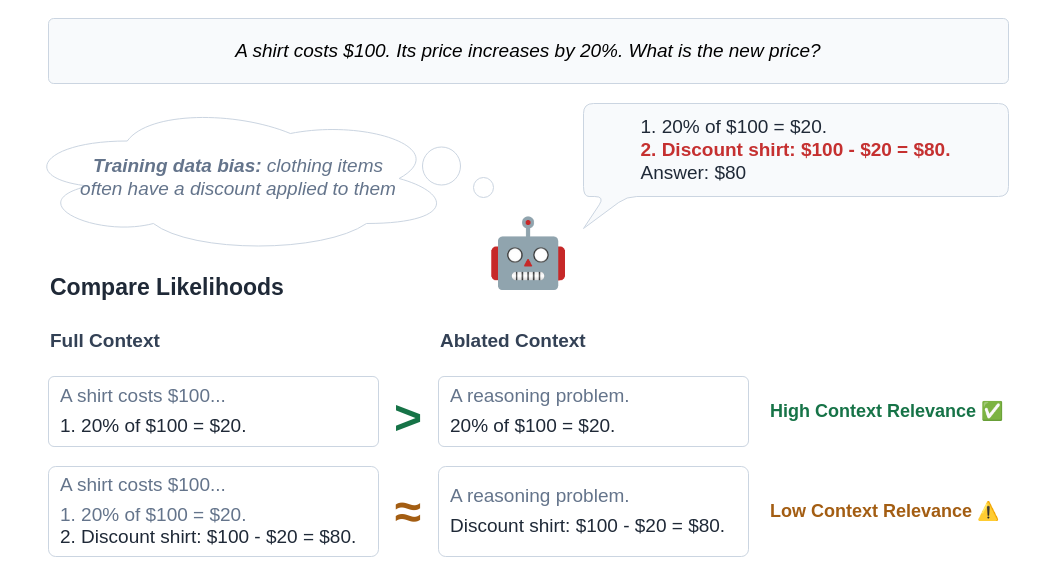
This is thesis/figures/contextual-relevance.drawio from jafber/bachelor-thesis, a draw.io file, before an edit. Source tidied: cells renumbered, new cells numbered last; positions are measured from the earlier drawing's top-left corner, leaving out a move shared by most shapes. Both pictures are drawn from the tidied source at 100%, with x=0, y=0 at pixel (18, 18).
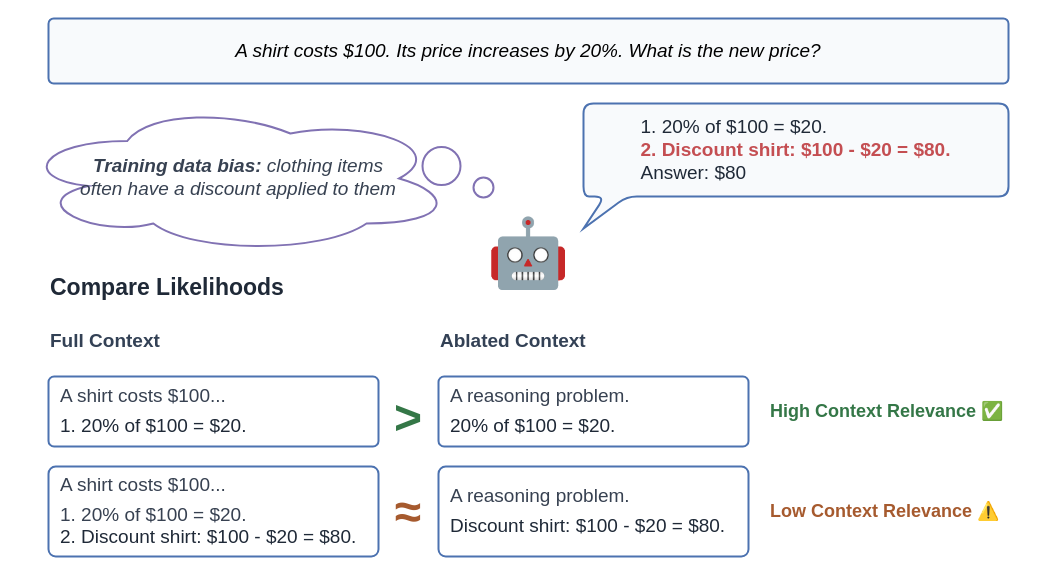
After the change.

Diff of the diagram source:
```diff
@@
 <mxGraphModel>
   <root>
     <mxCell id="0" />
     <mxCell id="1" parent="0" />
-    <mxCell id="2" style="ellipse;shape=cloud;whiteSpace=wrap;html=1;perimeter=cloudPerimeter;strokeColor=#CBD5E1;" parent="1" vertex="1">
+    <mxCell id="2" style="strokeWidth=2;ellipse;shape=cloud;whiteSpace=wrap;html=1;perimeter=cloudPerimeter;strokeColor=#8172B3;" parent="1" vertex="1">
       <mxGeometry y="85" width="435" height="150" as="geometry" />
     </mxCell>
-    <mxCell id="3" value="🤖" style="rounded=0;whiteSpace=wrap;html=1;align=center;verticalAlign=middle;strokeColor=none;fillColor=none;fontSize=67;" parent="1" vertex="1">
+    <mxCell id="3" value="🤖" style="strokeWidth=2;rounded=0;whiteSpace=wrap;html=1;align=center;verticalAlign=middle;strokeColor=none;fillColor=none;fontSize=67;" parent="1" vertex="1">
       <mxGeometry x="475" y="200" width="70" height="70" as="geometry" />
     </mxCell>
-    <mxCell id="4" value="Compare Likelihoods" style="rounded=0;whiteSpace=wrap;html=1;align=left;verticalAlign=middle;strokeColor=none;fillColor=none;fontColor=#1F2937;fontSize=23;fontStyle=1;fontFamily=Arial;" parent="1" vertex="1">
+    <mxCell id="4" value="Compare Likelihoods" style="strokeWidth=2;rounded=0;whiteSpace=wrap;html=1;align=left;verticalAlign=middle;strokeColor=none;fillColor=none;fontColor=#1F2937;fontSize=23;fontStyle=1;fontFamily=Arial;" parent="1" vertex="1">
       <mxGeometry x="30" y="250" width="280" height="38" as="geometry" />
     </mxCell>
-    <mxCell id="5" value="Full Context" style="rounded=0;whiteSpace=wrap;html=1;align=left;verticalAlign=middle;strokeColor=none;fillColor=none;fontColor=#334155;fontSize=19;fontStyle=1;fontFamily=Arial;" parent="1" vertex="1">
+    <mxCell id="5" value="Full Context" style="strokeWidth=2;rounded=0;whiteSpace=wrap;html=1;align=left;verticalAlign=middle;strokeColor=none;fillColor=none;fontColor=#334155;fontSize=19;fontStyle=1;fontFamily=Arial;" parent="1" vertex="1">
       <mxGeometry x="30" y="305" width="290" height="35" as="geometry" />
     </mxCell>
-    <mxCell id="6" value="Ablated Context" style="rounded=0;whiteSpace=wrap;html=1;align=left;verticalAlign=middle;strokeColor=none;fillColor=none;fontColor=#334155;fontSize=19;fontStyle=1;fontFamily=Arial;" parent="1" vertex="1">
+    <mxCell id="6" value="Ablated Context" style="strokeWidth=2;rounded=0;whiteSpace=wrap;html=1;align=left;verticalAlign=middle;strokeColor=none;fillColor=none;fontColor=#334155;fontSize=19;fontStyle=1;fontFamily=Arial;" parent="1" vertex="1">
       <mxGeometry x="420" y="305" width="290" height="35" as="geometry" />
     </mxCell>
-    <mxCell id="7" value="&lt;div style=&quot;color: rgb(100, 116, 139);&quot;&gt;A shirt costs $100...&lt;/div&gt;&lt;div style=&quot;margin-top: 7px; color: rgb(31, 41, 55);&quot;&gt;1. 20% of $100 = $20.&lt;/div&gt;" style="rounded=1;arcSize=8;whiteSpace=wrap;html=1;align=left;verticalAlign=middle;spacing=12;strokeColor=#CBD5E1;fillColor=#FFFFFF;fontColor=#1F2937;fontSize=19;fontFamily=Arial;" parent="1" vertex="1">
+    <mxCell id="7" value="&lt;div style=&quot;color: rgb(55, 65, 81);&quot;&gt;A shirt costs $100...&lt;/div&gt;&lt;div style=&quot;margin-top: 7px; color: rgb(31, 41, 55);&quot;&gt;1. 20% of $100 = $20.&lt;/div&gt;" style="strokeWidth=2;rounded=1;arcSize=8;whiteSpace=wrap;html=1;align=left;verticalAlign=middle;spacing=12;strokeColor=#4C72B0;fillColor=#FFFFFF;fontColor=#1F2937;fontSize=19;fontFamily=Arial;" parent="1" vertex="1">
       <mxGeometry x="30" y="358" width="330" height="70" as="geometry" />
     </mxCell>
-    <mxCell id="8" value="&lt;div style=&quot;color: #64748B;&quot;&gt;A reasoning problem.&lt;/div&gt;&lt;div style=&quot;margin-top: 7px; color: #1F2937;&quot;&gt;20% of $100 = $20.&lt;/div&gt;" style="rounded=1;arcSize=8;whiteSpace=wrap;html=1;align=left;verticalAlign=middle;spacing=12;strokeColor=#CBD5E1;fillColor=#FFFFFF;fontColor=#1F2937;fontSize=19;fontFamily=Arial;" parent="1" vertex="1">
+    <mxCell id="8" value="&lt;div style=&quot;color: #374151;&quot;&gt;A reasoning problem.&lt;/div&gt;&lt;div style=&quot;margin-top: 7px; color: #1F2937;&quot;&gt;20% of $100 = $20.&lt;/div&gt;" style="strokeWidth=2;rounded=1;arcSize=8;whiteSpace=wrap;html=1;align=left;verticalAlign=middle;spacing=12;strokeColor=#4C72B0;fillColor=#FFFFFF;fontColor=#1F2937;fontSize=19;fontFamily=Arial;" parent="1" vertex="1">
       <mxGeometry x="420" y="358" width="310" height="70" as="geometry" />
     </mxCell>
-    <mxCell id="9" value="&lt;font&gt;&amp;gt;&lt;/font&gt;" style="rounded=0;whiteSpace=wrap;html=1;align=center;verticalAlign=middle;strokeColor=none;fillColor=none;fontColor=#167347;fontSize=48;fontStyle=1;fontFamily=Arial;" parent="1" vertex="1">
+    <mxCell id="9" value="&lt;font&gt;&amp;gt;&lt;/font&gt;" style="strokeWidth=2;rounded=0;whiteSpace=wrap;html=1;align=center;verticalAlign=middle;strokeColor=none;fillColor=none;fontColor=#347747;fontSize=48;fontStyle=1;fontFamily=Arial;" parent="1" vertex="1">
       <mxGeometry x="360" y="366" width="60" height="65" as="geometry" />
     </mxCell>
-    <mxCell id="10" value="High Context Relevance&amp;nbsp;&lt;span style=&quot;background-color: transparent; color: light-dark(rgb(22, 115, 71), rgb(98, 178, 140));&quot;&gt;✅&amp;nbsp;&lt;/span&gt;" style="rounded=0;whiteSpace=wrap;html=1;align=left;verticalAlign=middle;strokeColor=none;fillColor=none;fontColor=#167347;fontSize=18;fontStyle=1;fontFamily=Arial;" parent="1" vertex="1">
+    <mxCell id="10" value="High Context Relevance&amp;nbsp;&lt;span style=&quot;background-color: transparent; color: light-dark(rgb(52, 119, 71), rgb(98, 178, 140));&quot;&gt;✅&amp;nbsp;&lt;/span&gt;" style="strokeWidth=2;rounded=0;whiteSpace=wrap;html=1;align=left;verticalAlign=middle;strokeColor=none;fillColor=none;fontColor=#347747;fontSize=18;fontStyle=1;fontFamily=Arial;" parent="1" vertex="1">
       <mxGeometry x="750" y="360.5" width="255" height="65" as="geometry" />
     </mxCell>
-    <mxCell id="11" value="&lt;div style=&quot;color: rgb(100, 116, 139);&quot;&gt;A shirt costs $100...&lt;/div&gt;&lt;div style=&quot;margin-top: 7px; color: rgb(100, 116, 139);&quot;&gt;1. 20% of $100 = $20.&lt;/div&gt;&lt;div style=&quot;color: rgb(31, 41, 55);&quot;&gt;2. Discount shirt: $100 - $20 = $80.&lt;/div&gt;" style="rounded=1;arcSize=8;whiteSpace=wrap;html=1;align=left;verticalAlign=middle;spacing=12;strokeColor=#CBD5E1;fillColor=#FFFFFF;fontColor=#1F2937;fontSize=19;fontFamily=Arial;" parent="1" vertex="1">
+    <mxCell id="11" value="&lt;div style=&quot;color: rgb(55, 65, 81);&quot;&gt;A shirt costs $100...&lt;/div&gt;&lt;div style=&quot;margin-top: 7px; color: rgb(55, 65, 81);&quot;&gt;1. 20% of $100 = $20.&lt;/div&gt;&lt;div style=&quot;color: rgb(31, 41, 55);&quot;&gt;2. Discount shirt: $100 - $20 = $80.&lt;/div&gt;" style="strokeWidth=2;rounded=1;arcSize=8;whiteSpace=wrap;html=1;align=left;verticalAlign=middle;spacing=12;strokeColor=#4C72B0;fillColor=#FFFFFF;fontColor=#1F2937;fontSize=19;fontFamily=Arial;" parent="1" vertex="1">
       <mxGeometry x="30" y="448" width="330" height="90" as="geometry" />
     </mxCell>
-    <mxCell id="12" value="&lt;div style=&quot;color: rgb(100, 116, 139);&quot;&gt;A reasoning problem.&lt;/div&gt;&lt;div style=&quot;margin-top: 7px; color: rgb(31, 41, 55);&quot;&gt;Discount shirt: $100 - $20 = $80.&lt;/div&gt;" style="rounded=1;arcSize=8;whiteSpace=wrap;html=1;align=left;verticalAlign=middle;spacing=12;strokeColor=#CBD5E1;fillColor=#FFFFFF;fontColor=#1F2937;fontSize=19;fontFamily=Arial;" parent="1" vertex="1">
+    <mxCell id="12" value="&lt;div style=&quot;color: rgb(55, 65, 81);&quot;&gt;A reasoning problem.&lt;/div&gt;&lt;div style=&quot;margin-top: 7px; color: rgb(31, 41, 55);&quot;&gt;Discount shirt: $100 - $20 = $80.&lt;/div&gt;" style="strokeWidth=2;rounded=1;arcSize=8;whiteSpace=wrap;html=1;align=left;verticalAlign=middle;spacing=12;strokeColor=#4C72B0;fillColor=#FFFFFF;fontColor=#1F2937;fontSize=19;fontFamily=Arial;" parent="1" vertex="1">
       <mxGeometry x="420" y="448" width="310" height="90" as="geometry" />
     </mxCell>
-    <mxCell id="13" value="Low Context Relevance ⚠️&amp;nbsp;" style="rounded=0;whiteSpace=wrap;html=1;align=left;verticalAlign=middle;strokeColor=none;fillColor=none;fontColor=#A35D12;fontSize=18;fontStyle=1;fontFamily=Arial;" parent="1" vertex="1">
+    <mxCell id="13" value="Low Context Relevance ⚠️&amp;nbsp;" style="strokeWidth=2;rounded=0;whiteSpace=wrap;html=1;align=left;verticalAlign=middle;strokeColor=none;fillColor=none;fontColor=#A65A2E;fontSize=18;fontStyle=1;fontFamily=Arial;" parent="1" vertex="1">
       <mxGeometry x="750" y="460.5" width="255" height="65" as="geometry" />
     </mxCell>
-    <mxCell id="14" value="&lt;div style=&quot;color: rgb(31, 41, 55); font-family: Arial; font-size: 19px; text-align: left;&quot;&gt;1. 20% of $100 = $20.&lt;/div&gt;&lt;div style=&quot;color: rgb(31, 41, 55); font-family: Arial; font-size: 19px; text-align: left;&quot;&gt;&lt;b style=&quot;color: rgb(197, 48, 48);&quot;&gt;2. Discount shirt: $100 - $20 = $80.&lt;/b&gt;&lt;/div&gt;&lt;div style=&quot;color: rgb(31, 41, 55); font-family: Arial; font-size: 19px; text-align: left;&quot;&gt;Answer: $80&lt;/div&gt;" style="shape=callout;whiteSpace=wrap;html=1;perimeter=calloutPerimeter;rounded=1;roundedPerimeter=1;strokeColor=#CBD5E1;fillColor=#F8FAFC;position2=0;size=32;position=0.05;base=22;fontSize=19;spacing=14;" parent="1" vertex="1">
+    <mxCell id="14" value="&lt;div style=&quot;color: rgb(31, 41, 55); font-family: Arial; font-size: 19px; text-align: left;&quot;&gt;1. 20% of $100 = $20.&lt;/div&gt;&lt;div style=&quot;color: rgb(31, 41, 55); font-family: Arial; font-size: 19px; text-align: left;&quot;&gt;&lt;b style=&quot;color: rgb(196, 78, 82);&quot;&gt;2. Discount shirt: $100 - $20 = $80.&lt;/b&gt;&lt;/div&gt;&lt;div style=&quot;color: rgb(31, 41, 55); font-family: Arial; font-size: 19px; text-align: left;&quot;&gt;Answer: $80&lt;/div&gt;" style="strokeWidth=2;shape=callout;whiteSpace=wrap;html=1;perimeter=calloutPerimeter;rounded=1;roundedPerimeter=1;strokeColor=#4C72B0;fillColor=#F8FAFC;position2=0;size=32;position=0.05;base=22;fontSize=19;spacing=14;" parent="1" vertex="1">
       <mxGeometry x="565" y="85" width="425" height="125" as="geometry" />
     </mxCell>
-    <mxCell id="15" value="&lt;font&gt;≈&lt;/font&gt;" style="rounded=0;whiteSpace=wrap;html=1;align=center;verticalAlign=middle;strokeColor=none;fillColor=none;fontColor=#A35D12;fontSize=48;fontStyle=1;fontFamily=Arial;" parent="1" vertex="1">
+    <mxCell id="15" value="&lt;font&gt;≈&lt;/font&gt;" style="strokeWidth=2;rounded=0;whiteSpace=wrap;html=1;align=center;verticalAlign=middle;strokeColor=none;fillColor=none;fontColor=#A65A2E;fontSize=48;fontStyle=1;fontFamily=Arial;" parent="1" vertex="1">
       <mxGeometry x="360" y="460.5" width="60" height="65" as="geometry" />
     </mxCell>
-    <mxCell id="16" value="&lt;div style=&quot;color: rgb(100, 116, 139);&quot;&gt;&lt;b style=&quot;font-style: italic;&quot;&gt;Training data bias:&lt;/b&gt;&lt;span style=&quot;font-style: italic;&quot;&gt; clothing items often have a discount applied to them&lt;/span&gt;&lt;/div&gt;" style="rounded=1;arcSize=8;whiteSpace=wrap;html=1;align=center;verticalAlign=middle;spacing=12;strokeColor=none;fillColor=none;fontColor=#1F2937;fontSize=19;fontFamily=Arial;" parent="1" vertex="1">
+    <mxCell id="16" value="&lt;div style=&quot;color: rgb(55, 65, 81);&quot;&gt;&lt;b style=&quot;font-style: italic;&quot;&gt;Training data bias:&lt;/b&gt;&lt;span style=&quot;font-style: italic;&quot;&gt; clothing items often have a discount applied to them&lt;/span&gt;&lt;/div&gt;" style="strokeWidth=2;rounded=1;arcSize=8;whiteSpace=wrap;html=1;align=center;verticalAlign=middle;spacing=12;strokeColor=none;fillColor=none;fontColor=#1F2937;fontSize=19;fontFamily=Arial;" parent="1" vertex="1">
       <mxGeometry x="50" y="111.2" width="340" height="95.8" as="geometry" />
     </mxCell>
-    <mxCell id="17" style="ellipse;whiteSpace=wrap;html=1;shapeInside=1;strokeColor=#CBD5E1;" parent="1" vertex="1">
+    <mxCell id="17" style="strokeWidth=2;ellipse;whiteSpace=wrap;html=1;shapeInside=1;strokeColor=#8172B3;" parent="1" vertex="1">
       <mxGeometry x="404" y="128.5" width="38" height="38" as="geometry" />
     </mxCell>
-    <mxCell id="18" style="ellipse;whiteSpace=wrap;html=1;shapeInside=1;strokeColor=#CBD5E1;" parent="1" vertex="1">
+    <mxCell id="18" style="strokeWidth=2;ellipse;whiteSpace=wrap;html=1;shapeInside=1;strokeColor=#8172B3;" parent="1" vertex="1">
       <mxGeometry x="455" y="159" width="20" height="20" as="geometry" />
     </mxCell>
-    <mxCell id="19" value="&lt;div&gt;&lt;i&gt;A shirt costs $100. Its price increases by 20%. What is the new price?&lt;/i&gt;&lt;/div&gt;" style="rounded=1;arcSize=8;whiteSpace=wrap;html=1;align=center;verticalAlign=middle;spacing=12;strokeColor=#CBD5E1;fillColor=#F8FAFC;fontColor=#000000;fontSize=19;fontFamily=Arial;" parent="1" vertex="1">
+    <mxCell id="19" value="&lt;div&gt;&lt;i&gt;A shirt costs $100. Its price increases by 20%. What is the new price?&lt;/i&gt;&lt;/div&gt;" style="strokeWidth=2;rounded=1;arcSize=8;whiteSpace=wrap;html=1;align=center;verticalAlign=middle;spacing=12;strokeColor=#4C72B0;fillColor=#F8FAFC;fontColor=#000000;fontSize=19;fontFamily=Arial;" parent="1" vertex="1">
       <mxGeometry x="30" width="960" height="65" as="geometry" />
     </mxCell>
   </root>
 </mxGraphModel>
```
